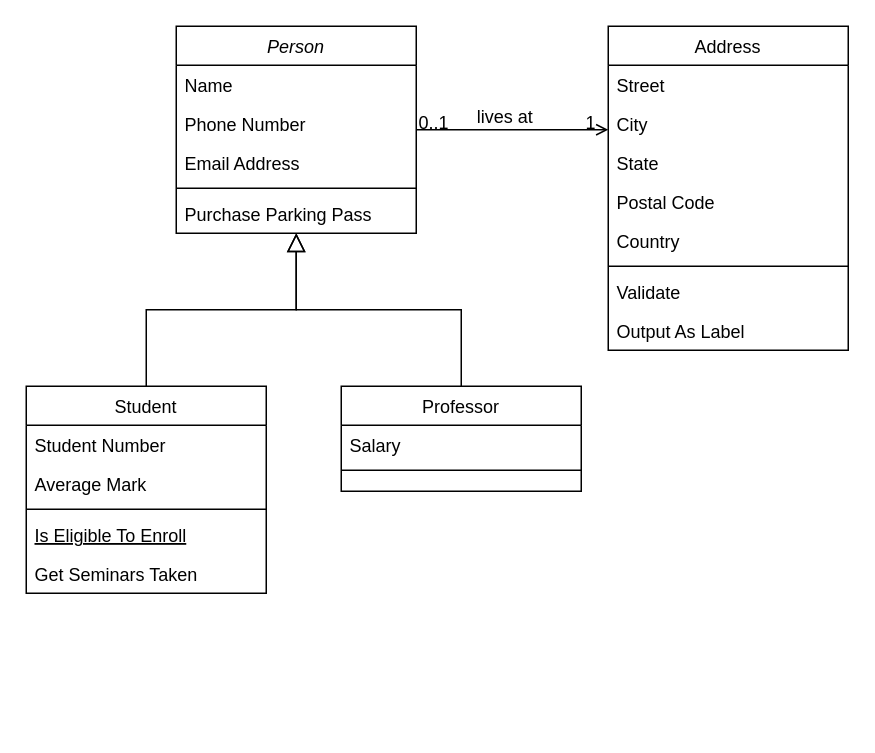
Above: page "ms-person" (1 of 2) of Diagrama sem nome.drawio in nfers/ms-credit-card (draw.io), before the change. Source tidied: cells renumbered, new cells numbered last; positions are measured from the earlier drawing's top-left corner, leaving out a move shared by most shapes. Both pictures are drawn from the tidied source at 150%, with x=0, y=0 at pixel (26, 26).
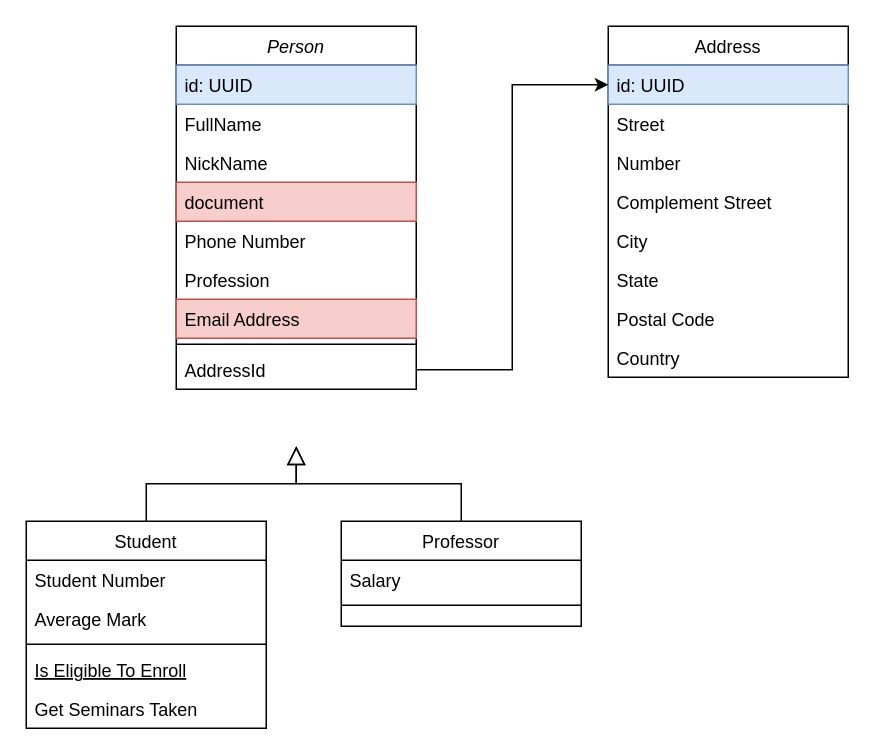
Above is the later version.

The edit, as a diff of the source:
```diff
@@
     <mxCell id="2" value="Person" style="swimlane;fontStyle=2;align=center;verticalAlign=top;horizontal=1;startSize=26;rounded=0;shadow=0;strokeWidth=1;" parent="1" vertex="1">
-      <mxGeometry x="100" width="160" height="138" as="geometry" />
+      <mxGeometry x="100" width="160" height="242" as="geometry" />
     </mxCell>
+    <mxCell id="32" value="id: UUID" style="text;align=left;verticalAlign=top;spacingLeft=4;spacingRight=4;overflow=hidden;fillColor=#dae8fc;strokeColor=#6c8ebf;" parent="2" vertex="1">
+      <mxGeometry y="26" width="160" height="26" as="geometry" />
+    </mxCell>
-    <mxCell id="3" value="Name" style="text;align=left;verticalAlign=top;spacingLeft=4;spacingRight=4;overflow=hidden;" parent="2" vertex="1">
-      <mxGeometry y="26" width="160" height="26" as="geometry" />
+    <mxCell id="3" value="FullName" style="text;align=left;verticalAlign=top;spacingLeft=4;spacingRight=4;overflow=hidden;" parent="2" vertex="1">
+      <mxGeometry y="52" width="160" height="26" as="geometry" />
     </mxCell>
+    <mxCell id="33" value="NickName" style="text;align=left;verticalAlign=top;spacingLeft=4;spacingRight=4;overflow=hidden;" parent="2" vertex="1">
+      <mxGeometry y="78" width="160" height="26" as="geometry" />
+    </mxCell>
+    <mxCell id="34" value="document" style="text;align=left;verticalAlign=top;spacingLeft=4;spacingRight=4;overflow=hidden;fillColor=#f8cecc;strokeColor=#b85450;" parent="2" vertex="1">
+      <mxGeometry y="104" width="160" height="26" as="geometry" />
+    </mxCell>
     <mxCell id="4" value="Phone Number" style="text;align=left;verticalAlign=top;spacingLeft=4;spacingRight=4;overflow=hidden;rounded=0;shadow=0;html=0;" parent="2" vertex="1">
-      <mxGeometry y="52" width="160" height="26" as="geometry" />
+      <mxGeometry y="130" width="160" height="26" as="geometry" />
     </mxCell>
+    <mxCell id="35" value="Profession" style="text;align=left;verticalAlign=top;spacingLeft=4;spacingRight=4;overflow=hidden;rounded=0;shadow=0;html=0;" parent="2" vertex="1">
+      <mxGeometry y="156" width="160" height="26" as="geometry" />
+    </mxCell>
-    <mxCell id="5" value="Email Address" style="text;align=left;verticalAlign=top;spacingLeft=4;spacingRight=4;overflow=hidden;rounded=0;shadow=0;html=0;" parent="2" vertex="1">
-      <mxGeometry y="78" width="160" height="26" as="geometry" />
+    <mxCell id="5" value="Email Address" style="text;align=left;verticalAlign=top;spacingLeft=4;spacingRight=4;overflow=hidden;rounded=0;shadow=0;html=0;fillColor=#f8cecc;strokeColor=#b85450;" parent="2" vertex="1">
+      <mxGeometry y="182" width="160" height="26" as="geometry" />
     </mxCell>
     <mxCell id="6" style="line;html=1;strokeWidth=1;align=left;verticalAlign=middle;spacingTop=-1;spacingLeft=3;spacingRight=3;labelPosition=right;" parent="2" vertex="1">
-      <mxGeometry y="104" width="160" height="8" as="geometry" />
+      <mxGeometry y="208" width="160" height="8" as="geometry" />
     </mxCell>
-    <mxCell id="7" value="Purchase Parking Pass" style="text;align=left;verticalAlign=top;spacingLeft=4;spacingRight=4;overflow=hidden;points=[[0,0.5],[1,0.5]];portConstraint=eastwest;" parent="2" vertex="1">
-      <mxGeometry y="112" width="160" height="26" as="geometry" />
+    <mxCell id="7" value="AddressId" style="text;align=left;verticalAlign=top;spacingLeft=4;spacingRight=4;overflow=hidden;points=[[0,0.5],[1,0.5]];portConstraint=eastwest;" parent="2" vertex="1">
+      <mxGeometry y="216" width="160" height="26" as="geometry" />
     </mxCell>
     <mxCell id="8" value="Student" style="swimlane;fontStyle=0;align=center;verticalAlign=top;horizontal=1;startSize=26;rounded=0;shadow=0;strokeWidth=1;" parent="1" vertex="1">
-      <mxGeometry y="240" width="160" height="138" as="geometry" />
+      <mxGeometry y="330" width="160" height="138" as="geometry" />
     </mxCell>
@@
-    <mxCell id="14" style="endArrow=block;endSize=10;endFill=0;shadow=0;strokeWidth=1;rounded=0;edgeStyle=elbowEdgeStyle;elbow=vertical;" parent="1" edge="1" source="8" target="2">
-      <mxGeometry relative="1" as="geometry" />
+    <mxCell id="14" style="endArrow=block;endSize=10;endFill=0;shadow=0;strokeWidth=1;rounded=0;edgeStyle=elbowEdgeStyle;elbow=vertical;" parent="1" edge="1" source="8">
+      <mxGeometry relative="1" as="geometry">
+        <mxPoint x="180" y="280" as="targetPoint" />
+      </mxGeometry>
     </mxCell>
     <mxCell id="15" value="Professor" style="swimlane;fontStyle=0;align=center;verticalAlign=top;horizontal=1;startSize=26;rounded=0;shadow=0;strokeWidth=1;" parent="1" vertex="1">
-      <mxGeometry x="210" y="240" width="160" height="70" as="geometry" />
+      <mxGeometry x="210" y="330" width="160" height="70" as="geometry" />
     </mxCell>
@@
-    <mxCell id="18" style="endArrow=block;endSize=10;endFill=0;shadow=0;strokeWidth=1;rounded=0;edgeStyle=elbowEdgeStyle;elbow=vertical;" parent="1" edge="1" source="15" target="2">
-      <mxGeometry relative="1" as="geometry" />
+    <mxCell id="18" style="endArrow=block;endSize=10;endFill=0;shadow=0;strokeWidth=1;rounded=0;edgeStyle=elbowEdgeStyle;elbow=vertical;" parent="1" edge="1" source="15">
+      <mxGeometry relative="1" as="geometry">
+        <mxPoint x="180" y="280" as="targetPoint" />
+      </mxGeometry>
     </mxCell>
     <mxCell id="19" value="Address" style="swimlane;fontStyle=0;align=center;verticalAlign=top;horizontal=1;startSize=26;rounded=0;shadow=0;strokeWidth=1;" parent="1" vertex="1">
-      <mxGeometry x="388" width="160" height="216" as="geometry" />
+      <mxGeometry x="388" width="160" height="234" as="geometry" />
     </mxCell>
+    <mxCell id="36" value="id: UUID" style="text;align=left;verticalAlign=top;spacingLeft=4;spacingRight=4;overflow=hidden;points=[[0,0.5],[1,0.5]];portConstraint=eastwest;fillColor=#dae8fc;strokeColor=#6c8ebf;" parent="19" vertex="1">
+      <mxGeometry y="26" width="160" height="26" as="geometry" />
+    </mxCell>
     <mxCell id="20" value="Street" style="text;align=left;verticalAlign=top;spacingLeft=4;spacingRight=4;overflow=hidden;" parent="19" vertex="1">
-      <mxGeometry y="26" width="160" height="26" as="geometry" />
+      <mxGeometry y="52" width="160" height="26" as="geometry" />
     </mxCell>
+    <mxCell id="37" value="Number" style="text;align=left;verticalAlign=top;spacingLeft=4;spacingRight=4;overflow=hidden;" parent="19" vertex="1">
+      <mxGeometry y="78" width="160" height="26" as="geometry" />
+    </mxCell>
+    <mxCell id="38" value="Complement Street" style="text;align=left;verticalAlign=top;spacingLeft=4;spacingRight=4;overflow=hidden;" parent="19" vertex="1">
+      <mxGeometry y="104" width="160" height="26" as="geometry" />
+    </mxCell>
     <mxCell id="21" value="City" style="text;align=left;verticalAlign=top;spacingLeft=4;spacingRight=4;overflow=hidden;rounded=0;shadow=0;html=0;" parent="19" vertex="1">
-      <mxGeometry y="52" width="160" height="26" as="geometry" />
+      <mxGeometry y="130" width="160" height="26" as="geometry" />
     </mxCell>
     <mxCell id="22" value="State" style="text;align=left;verticalAlign=top;spacingLeft=4;spacingRight=4;overflow=hidden;rounded=0;shadow=0;html=0;" parent="19" vertex="1">
-      <mxGeometry y="78" width="160" height="26" as="geometry" />
+      <mxGeometry y="156" width="160" height="26" as="geometry" />
     </mxCell>
     <mxCell id="23" value="Postal Code" style="text;align=left;verticalAlign=top;spacingLeft=4;spacingRight=4;overflow=hidden;rounded=0;shadow=0;html=0;" parent="19" vertex="1">
-      <mxGeometry y="104" width="160" height="26" as="geometry" />
+      <mxGeometry y="182" width="160" height="26" as="geometry" />
     </mxCell>
     <mxCell id="24" value="Country" style="text;align=left;verticalAlign=top;spacingLeft=4;spacingRight=4;overflow=hidden;rounded=0;shadow=0;html=0;" parent="19" vertex="1">
-      <mxGeometry y="130" width="160" height="26" as="geometry" />
+      <mxGeometry y="208" width="160" height="26" as="geometry" />
     </mxCell>
-    <mxCell id="25" style="line;html=1;strokeWidth=1;align=left;verticalAlign=middle;spacingTop=-1;spacingLeft=3;spacingRight=3;labelPosition=right;" parent="19" vertex="1">
-      <mxGeometry y="156" width="160" height="8" as="geometry" />
-    </mxCell>
-    <mxCell id="26" value="Validate" style="text;align=left;verticalAlign=top;spacingLeft=4;spacingRight=4;overflow=hidden;" parent="19" vertex="1">
-      <mxGeometry y="164" width="160" height="26" as="geometry" />
-    </mxCell>
-    <mxCell id="27" value="Output As Label" style="text;align=left;verticalAlign=top;spacingLeft=4;spacingRight=4;overflow=hidden;" parent="19" vertex="1">
-      <mxGeometry y="190" width="160" height="26" as="geometry" />
-    </mxCell>
-    <mxCell id="28" style="endArrow=open;shadow=0;strokeWidth=1;rounded=0;endFill=1;edgeStyle=elbowEdgeStyle;elbow=vertical;" parent="1" edge="1" source="2" target="19">
-      <mxGeometry x="0.5" y="41" relative="1" as="geometry">
-        <mxPoint x="-40" y="32" as="offset" />
-      </mxGeometry>
-    </mxCell>
-    <mxCell id="29" value="0..1" style="align=left;verticalAlign=bottom;labelBackgroundColor=none;fontSize=12;" parent="28" vertex="1">
-      <mxGeometry x="-1" relative="1" as="geometry">
-        <mxPoint y="4" as="offset" />
-      </mxGeometry>
-    </mxCell>
-    <mxCell id="30" value="1" style="align=right;verticalAlign=bottom;labelBackgroundColor=none;fontSize=12;" parent="28" vertex="1">
-      <mxGeometry x="1" relative="1" as="geometry">
-        <mxPoint x="-7" y="4" as="offset" />
-      </mxGeometry>
-    </mxCell>
-    <mxCell id="31" value="lives at" style="text;html=1;align=center;verticalAlign=middle;labelBackgroundColor=none;rounded=0;shadow=0;strokeWidth=1;fontSize=12;" parent="28" vertex="1">
-      <mxGeometry x="0.5" y="49" relative="1" as="geometry">
-        <mxPoint x="-38" y="40" as="offset" />
-      </mxGeometry>
-    </mxCell>
+    <mxCell id="39" style="edgeStyle=orthogonalEdgeStyle;rounded=0;jettySize=auto;html=1;entryX=0;entryY=0.5;entryDx=0;entryDy=0;" parent="1" edge="1" source="7" target="36">
+      <mxGeometry relative="1" as="geometry" />
+    </mxCell>
```
